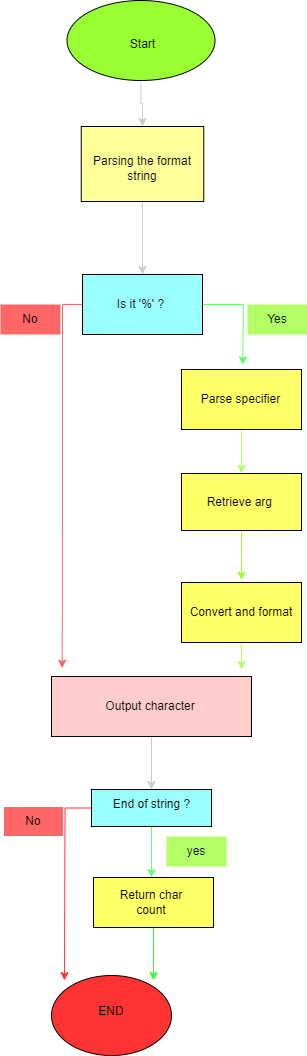
Earlier version of the draw.io export flowchartprintf.png (Aymeric154/holbertonschool-printf). Source tidied: cells renumbered, new cells last; positions are measured from the earlier drawing's top-left corner, leaving out a move shared by most shapes.
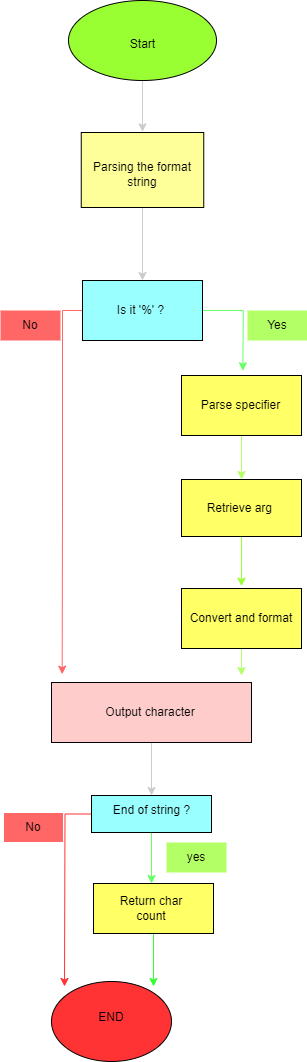
The same diagram one commit later.

Commit message:
Mettre à jour flowchartprintf.png

Change to the diagram source:
```diff
@@ -2,16 +2,18 @@
   <root>
     <mxCell id="0" />
     <mxCell id="1" parent="0" />
-    <mxCell id="2" style="edgeStyle=orthogonalEdgeStyle;rounded=0;jettySize=auto;html=1;exitX=0.5;exitY=1;exitDx=0;exitDy=0;entryX=0.5;entryY=0;entryDx=0;entryDy=0;strokeColor=#CCCCCC;fillColor=#CCCCCC;" parent="1" edge="1" source="3" target="6">
-      <mxGeometry relative="1" as="geometry" />
-    </mxCell>
+    <mxCell id="36" style="edgeStyle=orthogonalEdgeStyle;rounded=0;jettySize=auto;html=1;exitX=0.5;exitY=1;exitDx=0;exitDy=0;fillColor=#CCCCCC;strokeColor=#CCCCCC;" parent="1" edge="1" source="3">
+      <mxGeometry relative="1" as="geometry">
+        <mxPoint x="142" y="125.3" as="targetPoint" />
+      </mxGeometry>
+    </mxCell>
     <mxCell id="3" style="ellipse;whiteSpace=wrap;html=1;fillColor=#99FF33;" parent="1" vertex="1">
-      <mxGeometry x="66.5" width="148" height="80" as="geometry" />
+      <mxGeometry x="68" y="-6" width="148" height="80" as="geometry" />
     </mxCell>
     <mxCell id="4" value="Start" style="text;strokeColor=none;align=center;fillColor=none;html=1;verticalAlign=middle;whiteSpace=wrap;rounded=0;" parent="1" vertex="1">
-      <mxGeometry x="95.5" y="14" width="93" height="60" as="geometry" />
+      <mxGeometry x="95.5" y="8" width="93" height="60" as="geometry" />
     </mxCell>
-    <mxCell id="5" style="edgeStyle=orthogonalEdgeStyle;rounded=0;jettySize=auto;html=1;exitX=0.5;exitY=1;exitDx=0;exitDy=0;entryX=0.5;entryY=0;entryDx=0;entryDy=0;strokeColor=#CCCCCC;fillColor=#CCCCCC;" parent="1" edge="1" source="6" target="10">
+    <mxCell id="5" style="edgeStyle=orthogonalEdgeStyle;rounded=0;jettySize=auto;html=1;exitX=0.5;exitY=1;exitDx=0;exitDy=0;entryX=0.5;entryY=0;entryDx=0;entryDy=0;strokeColor=#CCCCCC;" parent="1" edge="1" source="6" target="10">
       <mxGeometry relative="1" as="geometry" />
     </mxCell>
     <mxCell id="6" style="rounded=0;whiteSpace=wrap;html=1;fillColor=#FFFF99;" parent="1" vertex="1">
```
